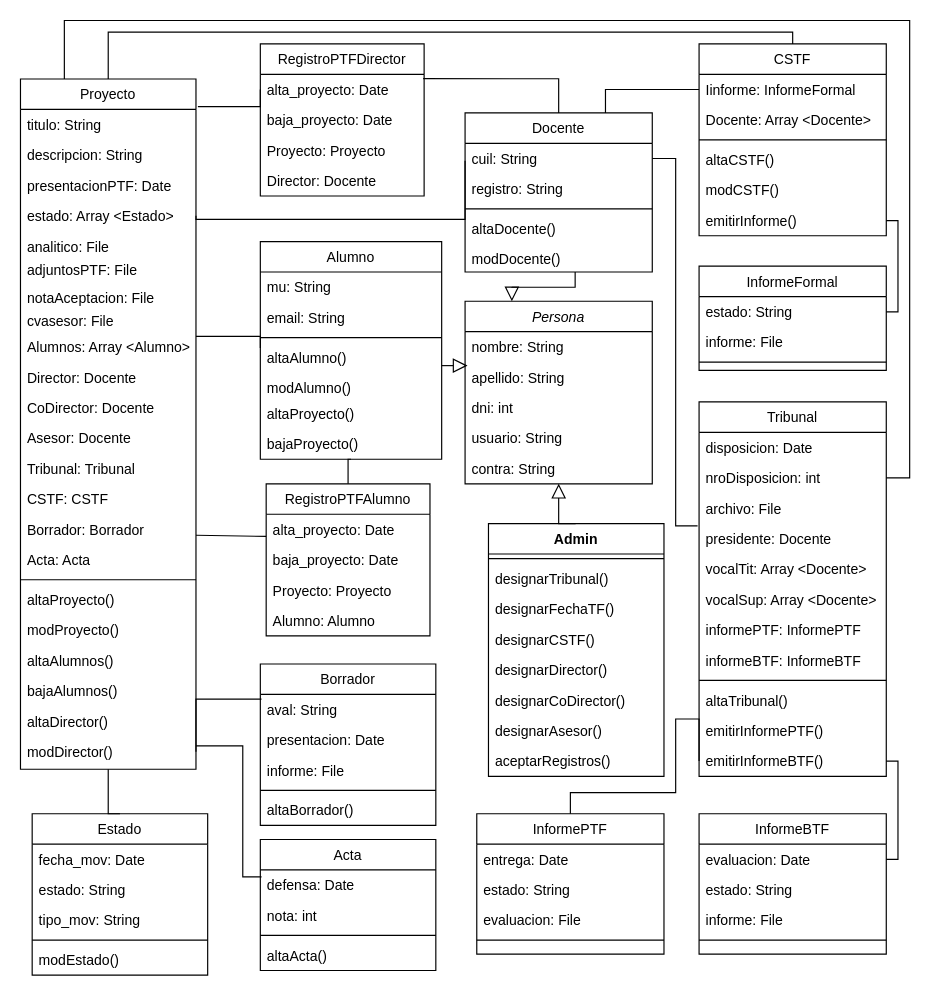
Above: Diagrama sin título.drawio in marcosgomezok/LaboratorioP3 (draw.io), before the change. Source tidied: cells renumbered, new cells numbered last; positions are measured from the earlier drawing's top-left corner, leaving out a move shared by most shapes. Both pictures are drawn from the tidied source at 117%, with x=0, y=0 at pixel (20, 20).
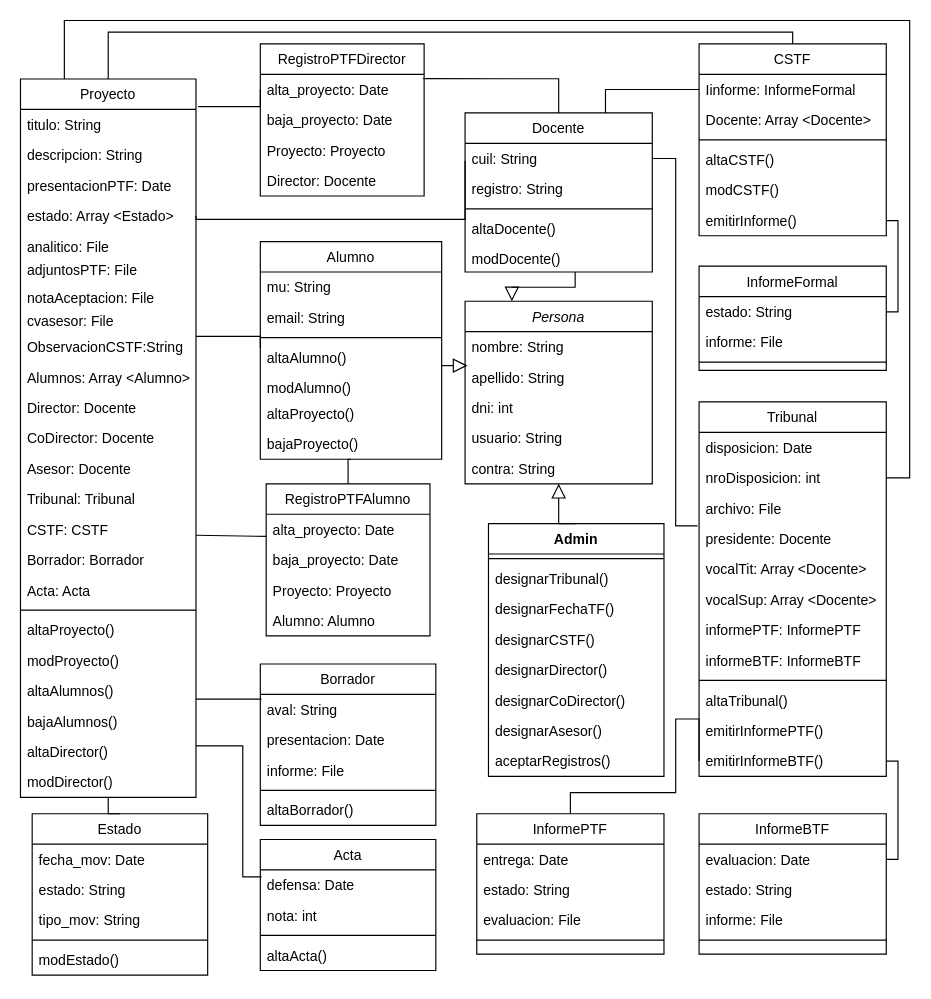
The same page after the edit.

What changed in the source:
```diff
@@
     <mxCell id="24" value="Proyecto" style="swimlane;fontStyle=0;align=center;verticalAlign=top;horizontal=1;startSize=26;rounded=0;shadow=0;strokeWidth=1;" parent="1" vertex="1">
-      <mxGeometry y="50" width="150" height="590" as="geometry" />
+      <mxGeometry y="50" width="150" height="614" as="geometry" />
     </mxCell>
@@
+    <mxCell id="136" value="ObservacionCSTF:String" style="text;align=left;verticalAlign=top;spacingLeft=4;spacingRight=4;overflow=hidden;" parent="24" vertex="1">
+      <mxGeometry y="216" width="150" height="26" as="geometry" />
+    </mxCell>
     <mxCell id="33" value="Alumnos: Array &lt;Alumno&gt;" style="text;align=left;verticalAlign=top;spacingLeft=4;spacingRight=4;overflow=hidden;" parent="24" vertex="1">
-      <mxGeometry y="216" width="150" height="26" as="geometry" />
+      <mxGeometry y="242" width="150" height="26" as="geometry" />
     </mxCell>
     <mxCell id="34" value="Director: Docente&#10;" style="text;align=left;verticalAlign=top;spacingLeft=4;spacingRight=4;overflow=hidden;" parent="24" vertex="1">
-      <mxGeometry y="242" width="150" height="26" as="geometry" />
+      <mxGeometry y="268" width="150" height="26" as="geometry" />
     </mxCell>
     <mxCell id="35" value="CoDirector: Docente&#10;" style="text;align=left;verticalAlign=top;spacingLeft=4;spacingRight=4;overflow=hidden;" parent="24" vertex="1">
-      <mxGeometry y="268" width="150" height="26" as="geometry" />
+      <mxGeometry y="294" width="150" height="26" as="geometry" />
     </mxCell>
     <mxCell id="36" value="Asesor: Docente" style="text;align=left;verticalAlign=top;spacingLeft=4;spacingRight=4;overflow=hidden;" parent="24" vertex="1">
-      <mxGeometry y="294" width="150" height="26" as="geometry" />
+      <mxGeometry y="320" width="150" height="26" as="geometry" />
     </mxCell>
     <mxCell id="37" value="Tribunal: Tribunal&#10;" style="text;align=left;verticalAlign=top;spacingLeft=4;spacingRight=4;overflow=hidden;" parent="24" vertex="1">
-      <mxGeometry y="320" width="150" height="26" as="geometry" />
+      <mxGeometry y="346" width="150" height="26" as="geometry" />
     </mxCell>
     <mxCell id="38" value="CSTF: CSTF" style="text;align=left;verticalAlign=top;spacingLeft=4;spacingRight=4;overflow=hidden;" parent="24" vertex="1">
-      <mxGeometry y="346" width="150" height="26" as="geometry" />
+      <mxGeometry y="372" width="150" height="26" as="geometry" />
     </mxCell>
     <mxCell id="39" value="Borrador: Borrador" style="text;align=left;verticalAlign=top;spacingLeft=4;spacingRight=4;overflow=hidden;" parent="24" vertex="1">
-      <mxGeometry y="372" width="150" height="26" as="geometry" />
+      <mxGeometry y="398" width="150" height="26" as="geometry" />
     </mxCell>
     <mxCell id="40" value="Acta: Acta" style="text;align=left;verticalAlign=top;spacingLeft=4;spacingRight=4;overflow=hidden;" parent="24" vertex="1">
-      <mxGeometry y="398" width="150" height="26" as="geometry" />
+      <mxGeometry y="424" width="150" height="26" as="geometry" />
     </mxCell>
     <mxCell id="41" style="line;html=1;strokeWidth=1;align=left;verticalAlign=middle;spacingTop=-1;spacingLeft=3;spacingRight=3;labelPosition=right;" parent="24" vertex="1">
-      <mxGeometry y="424" width="150" height="8" as="geometry" />
+      <mxGeometry y="450" width="150" height="8" as="geometry" />
     </mxCell>
     <mxCell id="42" value="altaProyecto()" style="text;align=left;verticalAlign=top;spacingLeft=4;spacingRight=4;overflow=hidden;" parent="24" vertex="1">
-      <mxGeometry y="432" width="150" height="26" as="geometry" />
+      <mxGeometry y="458" width="150" height="26" as="geometry" />
     </mxCell>
     <mxCell id="43" value="modProyecto()" style="text;align=left;verticalAlign=top;spacingLeft=4;spacingRight=4;overflow=hidden;" parent="24" vertex="1">
-      <mxGeometry y="458" width="150" height="26" as="geometry" />
+      <mxGeometry y="484" width="150" height="26" as="geometry" />
     </mxCell>
     <mxCell id="44" value="altaAlumnos()" style="text;align=left;verticalAlign=top;spacingLeft=4;spacingRight=4;overflow=hidden;" parent="24" vertex="1">
-      <mxGeometry y="484" width="150" height="26" as="geometry" />
+      <mxGeometry y="510" width="150" height="26" as="geometry" />
     </mxCell>
     <mxCell id="45" value="bajaAlumnos()" style="text;align=left;verticalAlign=top;spacingLeft=4;spacingRight=4;overflow=hidden;" parent="24" vertex="1">
-      <mxGeometry y="510" width="150" height="26" as="geometry" />
+      <mxGeometry y="536" width="150" height="26" as="geometry" />
     </mxCell>
     <mxCell id="46" value="altaDirector()" style="text;align=left;verticalAlign=top;spacingLeft=4;spacingRight=4;overflow=hidden;" parent="24" vertex="1">
-      <mxGeometry y="536" width="150" height="26" as="geometry" />
+      <mxGeometry y="562" width="150" height="26" as="geometry" />
     </mxCell>
     <mxCell id="47" value="modDirector()" style="text;align=left;verticalAlign=top;spacingLeft=4;spacingRight=4;overflow=hidden;points=[[0,0.5],[1,0.5]];portConstraint=eastwest;" parent="24" vertex="1">
-      <mxGeometry y="562" width="150" height="26" as="geometry" />
+      <mxGeometry y="588" width="150" height="26" as="geometry" />
     </mxCell>
-    <mxCell id="48" style="edgeStyle=orthogonalEdgeStyle;rounded=0;jettySize=auto;html=1;exitX=1;exitY=1;exitDx=0;exitDy=0;entryX=1;entryY=1.077;entryDx=0;entryDy=0;entryPerimeter=0;" parent="24" edge="1" source="24" target="47">
-      <mxGeometry relative="1" as="geometry" />
-    </mxCell>
@@
-    <mxCell id="113" style="endArrow=none;html=1;edgeStyle=orthogonalEdgeStyle;rounded=0;exitX=1;exitY=0.5;exitDx=0;exitDy=0;" parent="1" edge="1" source="47">
+    <mxCell id="113" style="endArrow=none;html=1;edgeStyle=orthogonalEdgeStyle;rounded=0;" parent="1" edge="1">
       <mxGeometry relative="1" as="geometry">
+        <mxPoint x="160" y="580" as="sourcePoint" />
         <mxPoint x="206" y="580" as="targetPoint" />
         <Array as="points">
           <mxPoint x="150" y="580" />
           <mxPoint x="206" y="580" />
         </Array>
       </mxGeometry>
     </mxCell>
```
